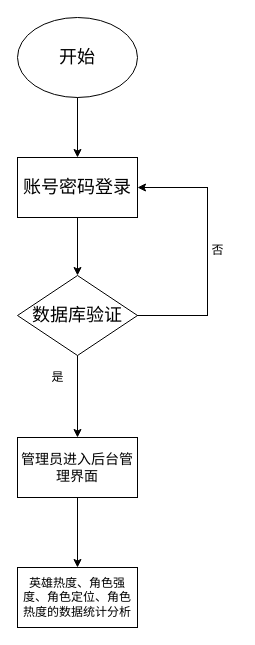
000Ljx/Endorphins keeps this draw.io diagram as 整体ER图.drawio. Above is the earlier version. Source tidied: cells renumbered, new cells numbered last; positions are measured from the earlier drawing's top-left corner, leaving out a move shared by most shapes. Both pictures are drawn from the tidied source at 100%, with x=0, y=0 at pixel (17, 17).
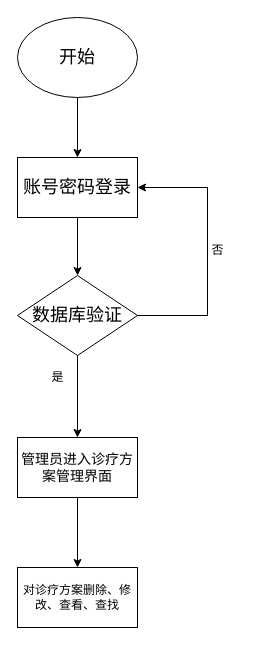
The same page after the edit.

Commit message:
更新整体ER图.drawio

What changed in the source:
```diff
@@
 <mxGraphModel>
   <root>
     <mxCell id="0" />
     <mxCell id="1" parent="0" />
     <mxCell id="2" value="&lt;font style=&quot;font-size: 18px;&quot;&gt;开始&lt;/font&gt;" style="ellipse;whiteSpace=wrap;html=1;" parent="1" vertex="1">
       <mxGeometry width="120" height="80" as="geometry" />
     </mxCell>
     <mxCell id="3" value="&lt;font style=&quot;font-size: 18px;&quot;&gt;账号密码登录&lt;/font&gt;" style="rounded=0;whiteSpace=wrap;html=1;" parent="1" vertex="1">
       <mxGeometry y="140" width="120" height="60" as="geometry" />
     </mxCell>
     <mxCell id="4" style="endArrow=classic;html=1;rounded=0;exitX=0.5;exitY=1;exitDx=0;exitDy=0;" parent="1" edge="1" source="2" target="3">
       <mxGeometry relative="1" as="geometry" />
     </mxCell>
     <mxCell id="5" value="&lt;font style=&quot;font-size: 18px;&quot;&gt;数据库验证&lt;/font&gt;" style="rhombus;whiteSpace=wrap;html=1;" parent="1" vertex="1">
       <mxGeometry y="258" width="120" height="80" as="geometry" />
     </mxCell>
     <mxCell id="6" style="endArrow=classic;html=1;rounded=0;entryX=0.5;entryY=0;entryDx=0;entryDy=0;exitX=0.5;exitY=1;exitDx=0;exitDy=0;" parent="1" edge="1" source="3" target="5">
       <mxGeometry relative="1" as="geometry" />
     </mxCell>
     <mxCell id="7" value="是" style="text;html=1;align=center;verticalAlign=middle;strokeColor=none;fillColor=none;" parent="1" vertex="1">
       <mxGeometry x="20" y="345" width="40" height="30" as="geometry" />
     </mxCell>
     <mxCell id="8" style="endArrow=classic;html=1;rounded=0;entryX=1;entryY=0.5;entryDx=0;entryDy=0;" parent="1" edge="1" target="3">
       <mxGeometry relative="1" as="geometry">
         <mxPoint x="190" y="170" as="sourcePoint" />
       </mxGeometry>
     </mxCell>
     <mxCell id="9" style="shape=partialRectangle;whiteSpace=wrap;html=1;bottom=0;right=0;fillColor=none;rotation=-180;" parent="1" vertex="1">
       <mxGeometry x="120" y="170" width="70" height="128" as="geometry" />
     </mxCell>
     <mxCell id="10" value="否" style="text;html=1;align=center;verticalAlign=middle;strokeColor=none;fillColor=none;" parent="1" vertex="1">
       <mxGeometry x="180" y="218" width="40" height="30" as="geometry" />
     </mxCell>
     <mxCell id="11" style="endArrow=classic;html=1;rounded=0;exitX=0.5;exitY=1;exitDx=0;exitDy=0;entryX=0.5;entryY=0;entryDx=0;entryDy=0;entryPerimeter=0;" parent="1" edge="1" source="5" target="12">
       <mxGeometry relative="1" as="geometry" />
     </mxCell>
-    <mxCell id="12" value="&lt;span style=&quot;font-size: 14px;&quot;&gt;管理员进入后台管理界面&lt;/span&gt;" style="rounded=0;whiteSpace=wrap;html=1;" parent="1" vertex="1">
+    <mxCell id="12" value="&lt;span style=&quot;font-size: 14px;&quot;&gt;管理员进入诊疗方案管理界面&lt;/span&gt;" style="rounded=0;whiteSpace=wrap;html=1;" parent="1" vertex="1">
       <mxGeometry y="420" width="120" height="60" as="geometry" />
     </mxCell>
     <mxCell id="13" style="endArrow=classic;html=1;rounded=0;exitX=0.5;exitY=1;exitDx=0;exitDy=0;entryX=0.5;entryY=0;entryDx=0;entryDy=0;" parent="1" edge="1" source="12" target="14">
       <mxGeometry relative="1" as="geometry" />
     </mxCell>
-    <mxCell id="14" value="英雄热度、角色强度、角色定位、角色热度的数据统计分析" style="rounded=0;whiteSpace=wrap;html=1;" parent="1" vertex="1">
+    <mxCell id="14" value="对诊疗方案删除、修改、查看、查找" style="rounded=0;whiteSpace=wrap;html=1;" parent="1" vertex="1">
       <mxGeometry y="550" width="120" height="60" as="geometry" />
     </mxCell>
   </root>
 </mxGraphModel>
```
